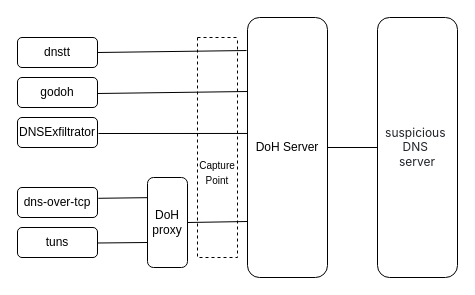
Earlier version of the draw.io diagram NetFlow.drawio (XTU-TVS/Emerging-DoH-Tunnel-Traffic-XTU). Source tidied: cells renumbered, new cells numbered last; positions are measured from the earlier drawing's top-left corner, leaving out a move shared by most shapes. Both pictures are drawn from the tidied source at 100%, with x=0, y=0 at pixel (17, 17).
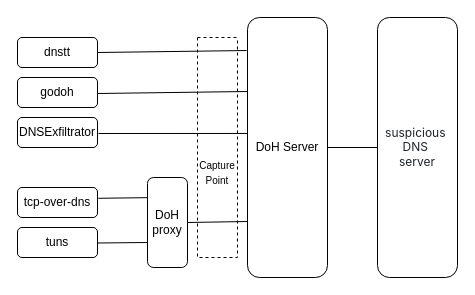
Above is the later version.

What changed in the source:
```diff
@@
-    <mxCell id="5" value="dns-over-tcp" style="rounded=1;whiteSpace=wrap;html=1;" parent="1" vertex="1">
+    <mxCell id="5" value="tcp-over-dns" style="rounded=1;whiteSpace=wrap;html=1;" parent="1" vertex="1">
       <mxGeometry y="170" width="80" height="30" as="geometry" />
     </mxCell>
```
